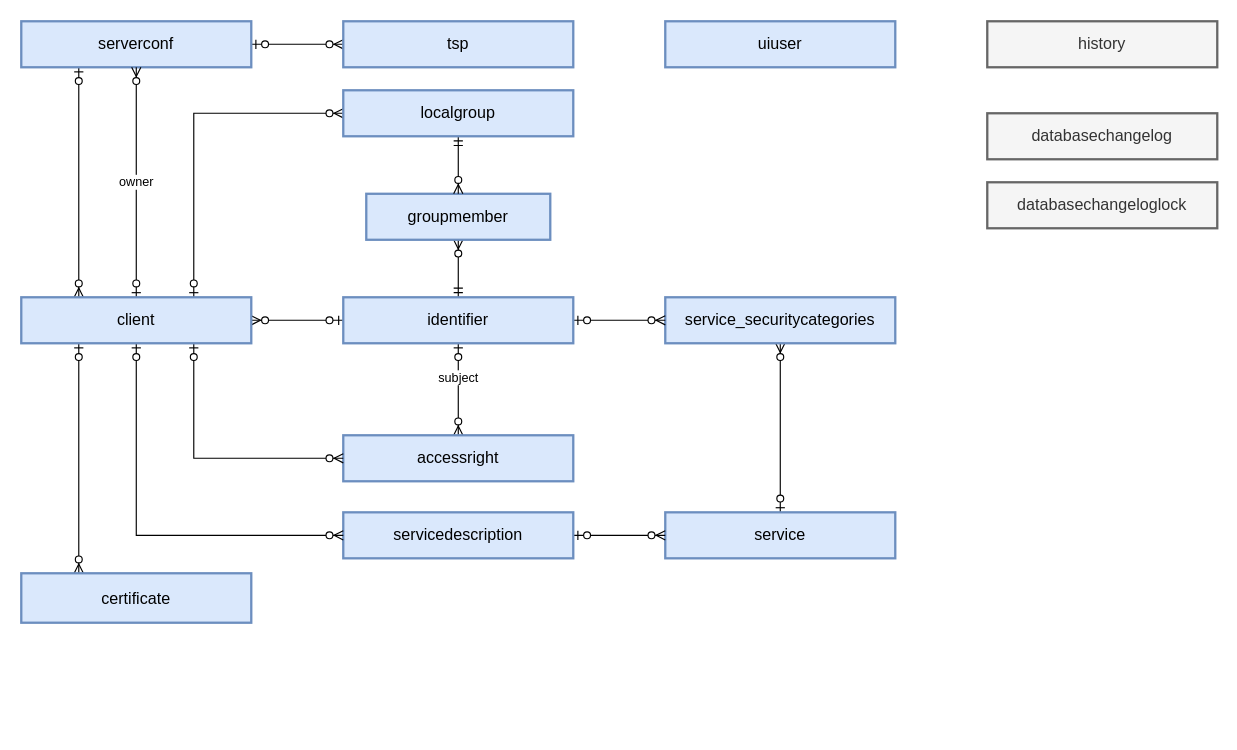
Earlier version of the draw.io diagram doc/DataModels/img/dm-ss_x-road_security_server_configuration_data_model.drawio (nordic-institute/X-Road). Source tidied: cells renumbered, new cells numbered last; positions are measured from the earlier drawing's top-left corner, leaving out a move shared by most shapes. Both pictures are drawn from the tidied source at 115%, with x=0, y=0 at pixel (21, 21).
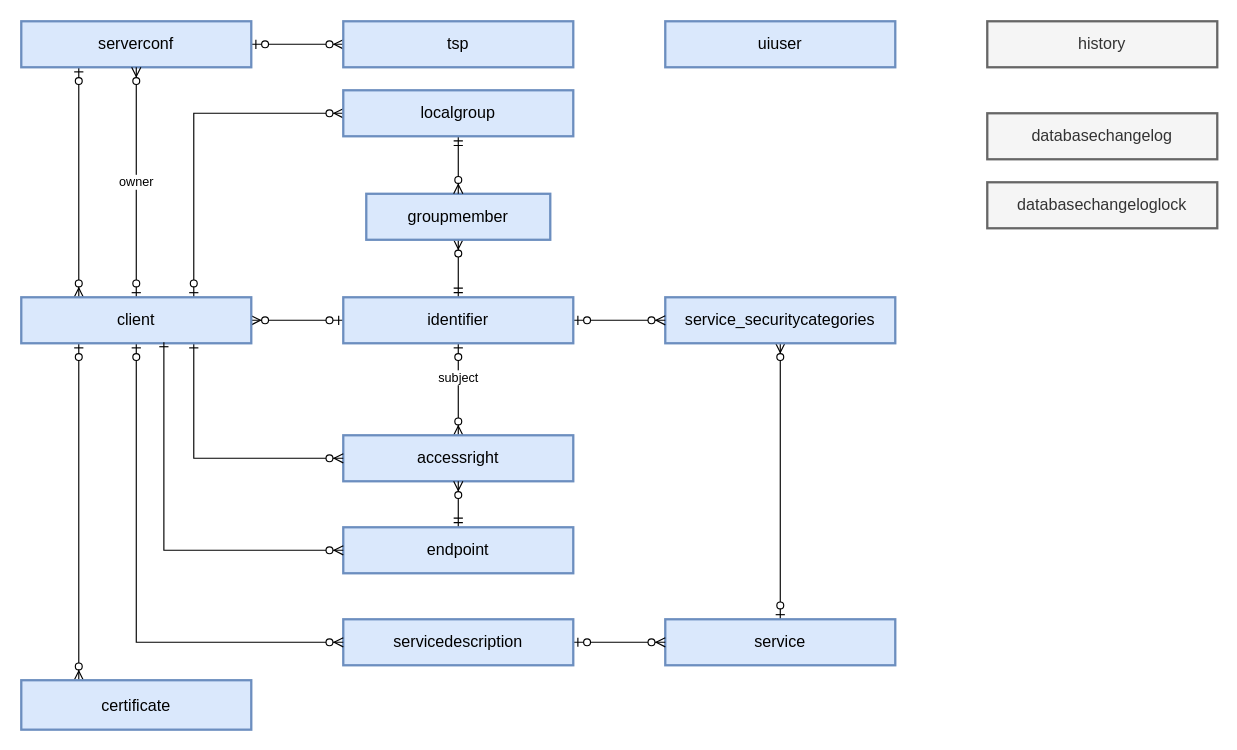
After the change.

The change refers to these unchanged cells:
```xml
<mxCell id="13" value="accessright&lt;br&gt;" style="strokeWidth=2;whiteSpace=wrap;html=1;align=center;fontSize=14;fillColor=#dae8fc;strokeColor=#6c8ebf;" parent="1" vertex="1">
  <mxGeometry x="280" y="360" width="200" height="40" as="geometry" />
</mxCell>
<mxCell id="27" value="client&lt;br&gt;" style="strokeWidth=2;whiteSpace=wrap;html=1;align=center;fontSize=14;fillColor=#dae8fc;strokeColor=#6c8ebf;" parent="1" vertex="1">
  <mxGeometry y="240" width="200" height="40" as="geometry" />
</mxCell>
```

Change to the diagram source:
```diff
@@
     <mxCell id="3" value="service&lt;br&gt;" style="strokeWidth=2;whiteSpace=wrap;html=1;align=center;fontSize=14;fillColor=#dae8fc;strokeColor=#6c8ebf;" parent="1" vertex="1">
-      <mxGeometry x="560" y="427" width="200" height="40" as="geometry" />
+      <mxGeometry x="560" y="520" width="200" height="40" as="geometry" />
     </mxCell>
@@
     <mxCell id="5" value="servicedescription&lt;br&gt;" style="strokeWidth=2;whiteSpace=wrap;html=1;align=center;fontSize=14;fillColor=#dae8fc;strokeColor=#6c8ebf;" parent="1" vertex="1">
-      <mxGeometry x="280" y="427" width="200" height="40" as="geometry" />
+      <mxGeometry x="280" y="520" width="200" height="40" as="geometry" />
     </mxCell>
@@
-    <mxCell id="24" style="edgeStyle=orthogonalEdgeStyle;rounded=0;jettySize=auto;html=1;exitX=0.75;exitY=1;exitDx=0;exitDy=0;entryX=0;entryY=0.5;entryDx=0;entryDy=0;startArrow=ERzeroToOne;startFill=1;endArrow=ERzeroToMany;endFill=1;" parent="1" edge="1" source="27" target="13">
+    <mxCell id="24" style="edgeStyle=orthogonalEdgeStyle;rounded=0;jettySize=auto;html=1;exitX=0.75;exitY=1;exitDx=0;exitDy=0;entryX=0;entryY=0.5;entryDx=0;entryDy=0;startArrow=ERone;startFill=0;endArrow=ERzeroToMany;endFill=1;" parent="1" edge="1" source="27" target="13">
       <mxGeometry x="-0.39" relative="1" as="geometry" />
     </mxCell>
@@
     <mxCell id="30" value="certificate&lt;br&gt;" style="strokeWidth=2;whiteSpace=wrap;html=1;align=center;fontSize=14;fillColor=#dae8fc;strokeColor=#6c8ebf;" parent="1" vertex="1">
-      <mxGeometry y="480" width="200" height="43" as="geometry" />
+      <mxGeometry y="573" width="200" height="43" as="geometry" />
     </mxCell>
+    <mxCell id="31" style="edgeStyle=orthogonalEdgeStyle;rounded=0;jettySize=auto;html=1;exitX=0.5;exitY=0;exitDx=0;exitDy=0;endArrow=ERzeroToMany;endFill=1;startArrow=ERmandOne;startFill=0;" parent="1" edge="1" source="32" target="13">
+      <mxGeometry relative="1" as="geometry" />
+    </mxCell>
+    <mxCell id="32" value="endpoint" style="strokeWidth=2;whiteSpace=wrap;html=1;align=center;fontSize=14;fillColor=#dae8fc;strokeColor=#6c8ebf;" parent="1" vertex="1">
+      <mxGeometry x="280" y="440" width="200" height="40" as="geometry" />
+    </mxCell>
+    <mxCell id="33" style="edgeStyle=orthogonalEdgeStyle;rounded=0;jettySize=auto;html=1;exitX=0.62;exitY=0.975;exitDx=0;exitDy=0;entryX=0;entryY=0.5;entryDx=0;entryDy=0;startArrow=ERone;startFill=0;endArrow=ERzeroToMany;endFill=1;exitPerimeter=0;" parent="1" edge="1" source="27" target="32">
+      <mxGeometry x="-0.39" relative="1" as="geometry" />
+    </mxCell>
```
